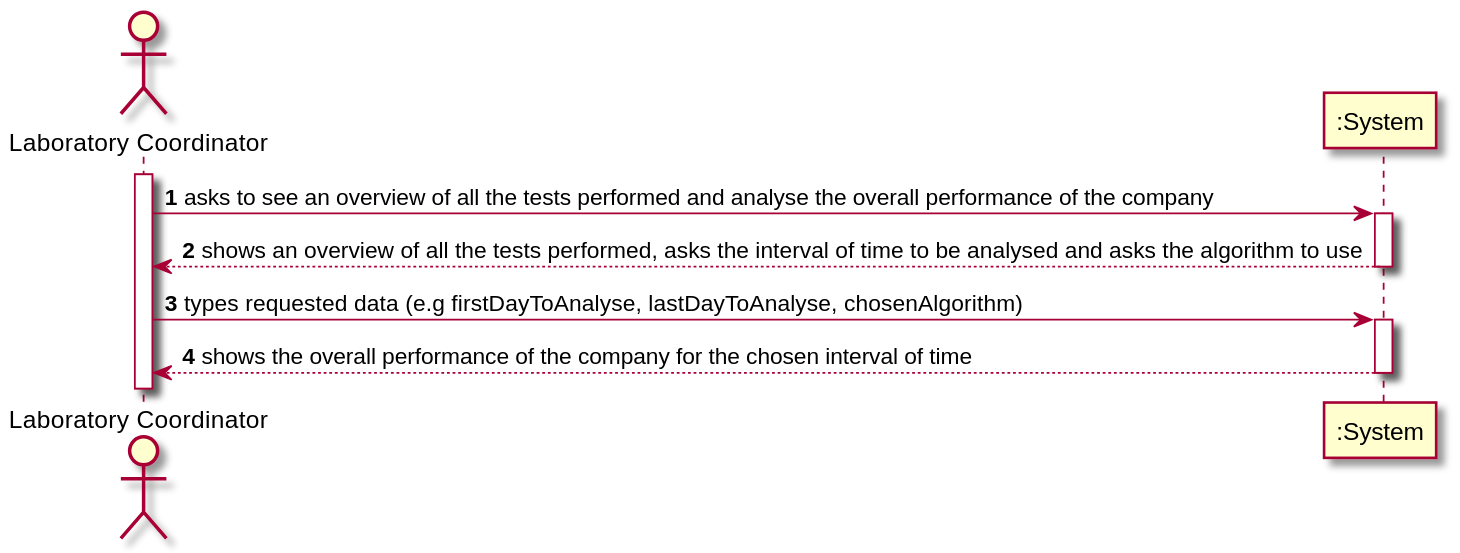
ana-albergaria/LAPR2-ISEP keeps this PlantUML diagram as docs/SprintD/US_16/US016_SSD.svg. Above is the earlier version.
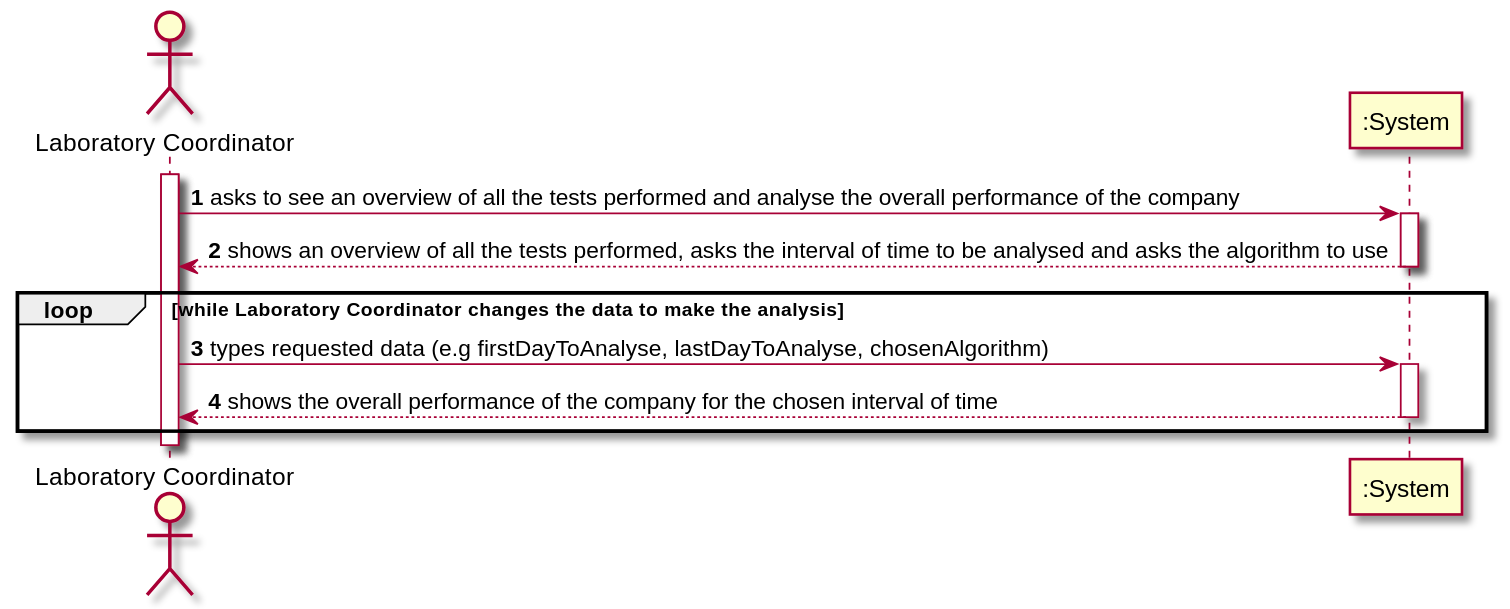
The same diagram one commit later.

Commit message:
Corrected US16 SSD.

Change to the diagram source:
```diff
@@ -8,9 +8,11 @@
 ":System" --> LC : shows an overview of all the tests performed, asks the interval of time to be analysed and asks the algorithm to use
 deactivate ":System"
 
+loop while Laboratory Coordinator changes the data to make the analysis
 LC-> ":System" : types requested data (e.g firstDayToAnalyse, lastDayToAnalyse, chosenAlgorithm)
 activate ":System"
 ":System" --> LC : shows the overall performance of the company for the chosen interval of time
 deactivate ":System"
+end
 
 @enduml
```
